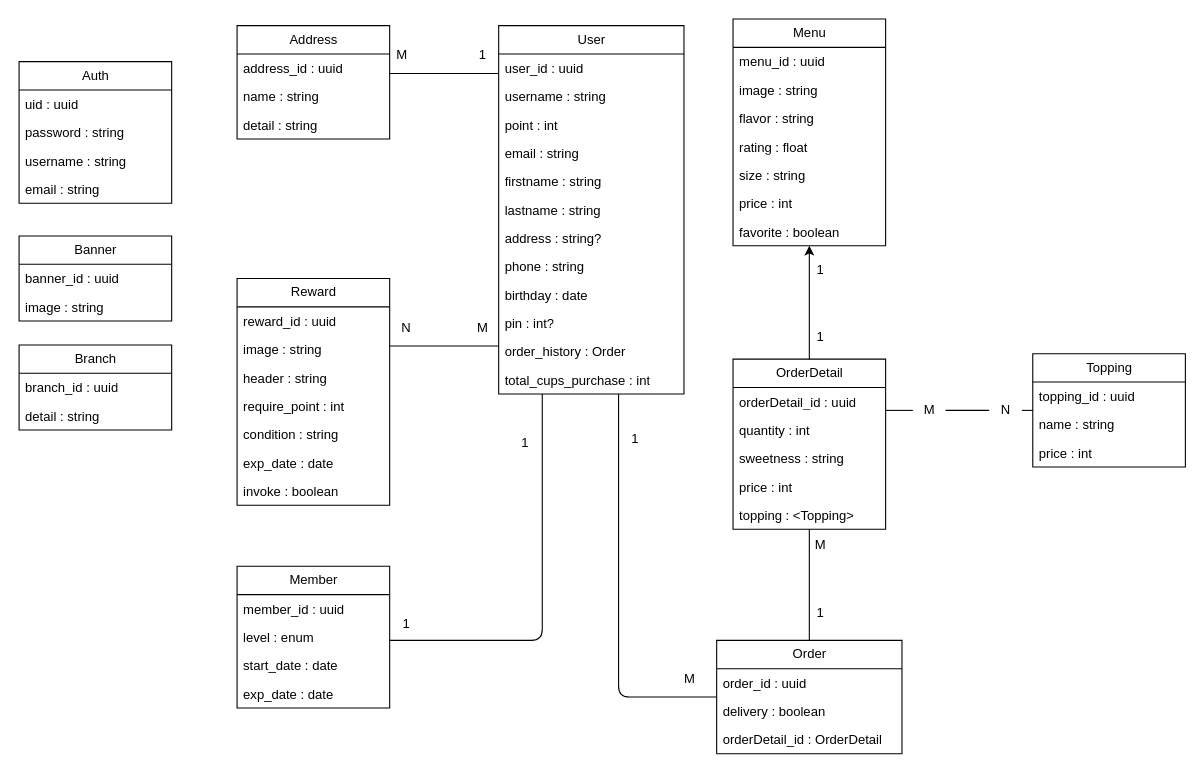
Above: diagram/shakey.drawio in TenNatthaphong/shakey_backend (draw.io), before the change. Source tidied: cells renumbered, new cells numbered last; positions are measured from the earlier drawing's top-left corner, leaving out a move shared by most shapes. Both pictures are drawn from the tidied source at 109%, with x=0, y=0 at pixel (19, 19).
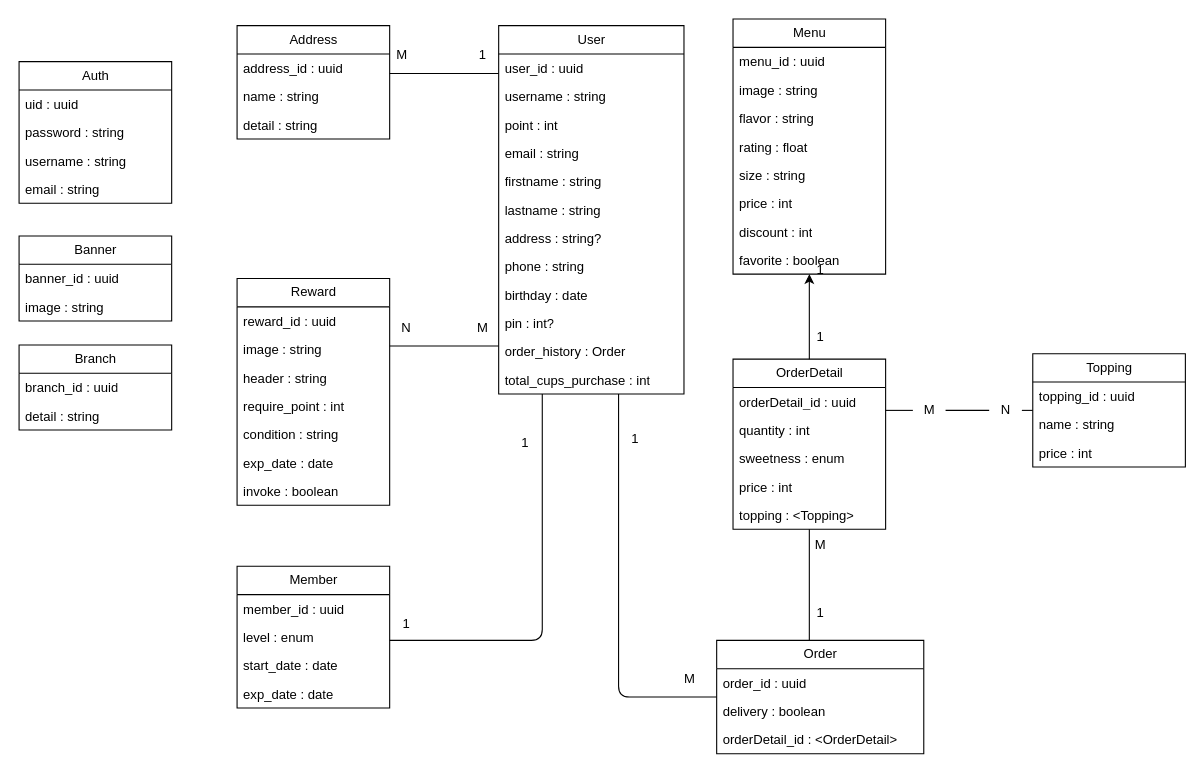
The same diagram, later.

Commit message (it also covers changes not shown here):
update enum sweetness update diagram update MenuVariant in prisma create folder order_detail

Unchanged cells that the change refers to:
```xml
<mxCell id="60" value="OrderDetail" style="swimlane;fontStyle=0;horizontal=1;startSize=26;fillColor=none;html=1;rounded=0;strokeColor=default;" parent="1" vertex="1">
  <mxGeometry x="655" y="312" width="140" height="156" as="geometry" />
</mxCell>
```

What changed in the source:
```diff
@@
     <mxCell id="23" value="Menu" style="swimlane;fontStyle=0;horizontal=1;startSize=26;fillColor=none;html=1;rounded=0;strokeColor=default;" parent="1" vertex="1">
-      <mxGeometry x="655" width="140" height="208" as="geometry" />
+      <mxGeometry x="655" width="140" height="234" as="geometry" />
     </mxCell>
@@
+    <mxCell id="88" value="discount : int" style="text;strokeColor=none;fillColor=none;align=left;verticalAlign=top;spacingLeft=4;spacingRight=4;overflow=hidden;whiteSpace=wrap;html=1;rounded=0;" parent="23" vertex="1">
+      <mxGeometry y="182" width="140" height="26" as="geometry" />
+    </mxCell>
     <mxCell id="30" value="favorite : boolean" style="text;strokeColor=none;fillColor=none;align=left;verticalAlign=top;spacingLeft=4;spacingRight=4;overflow=hidden;points=[[0,0.5],[1,0.5]];portConstraint=eastwest;whiteSpace=wrap;html=1;rounded=0;" parent="23" vertex="1">
-      <mxGeometry y="182" width="140" height="26" as="geometry" />
+      <mxGeometry y="208" width="140" height="26" as="geometry" />
     </mxCell>
@@
     <mxCell id="47" value="Order" style="swimlane;fontStyle=0;horizontal=1;startSize=26;fillColor=none;html=1;rounded=0;strokeColor=default;" parent="1" vertex="1">
-      <mxGeometry x="640" y="570" width="170" height="104" as="geometry" />
+      <mxGeometry x="640" y="570" width="190" height="104" as="geometry" />
     </mxCell>
     <mxCell id="48" value="order_id : uuid" style="text;strokeColor=none;fillColor=none;align=left;verticalAlign=top;spacingLeft=4;spacingRight=4;overflow=hidden;whiteSpace=wrap;html=1;rounded=0;" parent="47" vertex="1">
-      <mxGeometry y="26" width="170" height="26" as="geometry" />
+      <mxGeometry y="26" width="190" height="26" as="geometry" />
     </mxCell>
     <mxCell id="49" value="delivery : boolean" style="text;strokeColor=none;fillColor=none;align=left;verticalAlign=top;spacingLeft=4;spacingRight=4;overflow=hidden;whiteSpace=wrap;html=1;rounded=0;" parent="47" vertex="1">
-      <mxGeometry y="52" width="170" height="26" as="geometry" />
+      <mxGeometry y="52" width="190" height="26" as="geometry" />
     </mxCell>
-    <mxCell id="50" value="orderDetail_id : OrderDetail" style="text;strokeColor=none;fillColor=none;align=left;verticalAlign=top;spacingLeft=4;spacingRight=4;overflow=hidden;whiteSpace=wrap;html=1;rounded=0;" parent="47" vertex="1">
-      <mxGeometry y="78" width="170" height="26" as="geometry" />
+    <mxCell id="50" value="orderDetail_id : &amp;lt;OrderDetail&amp;gt;" style="text;strokeColor=none;fillColor=none;align=left;verticalAlign=top;spacingLeft=4;spacingRight=4;overflow=hidden;whiteSpace=wrap;html=1;rounded=0;" parent="47" vertex="1">
+      <mxGeometry y="78" width="190" height="26" as="geometry" />
     </mxCell>
@@
-    <mxCell id="63" value="sweetness : string" style="text;strokeColor=none;fillColor=none;align=left;verticalAlign=top;spacingLeft=4;spacingRight=4;overflow=hidden;whiteSpace=wrap;html=1;rounded=0;" parent="60" vertex="1">
+    <mxCell id="63" value="sweetness : enum" style="text;strokeColor=none;fillColor=none;align=left;verticalAlign=top;spacingLeft=4;spacingRight=4;overflow=hidden;whiteSpace=wrap;html=1;rounded=0;" parent="60" vertex="1">
       <mxGeometry y="78" width="140" height="26" as="geometry" />
     </mxCell>
```
